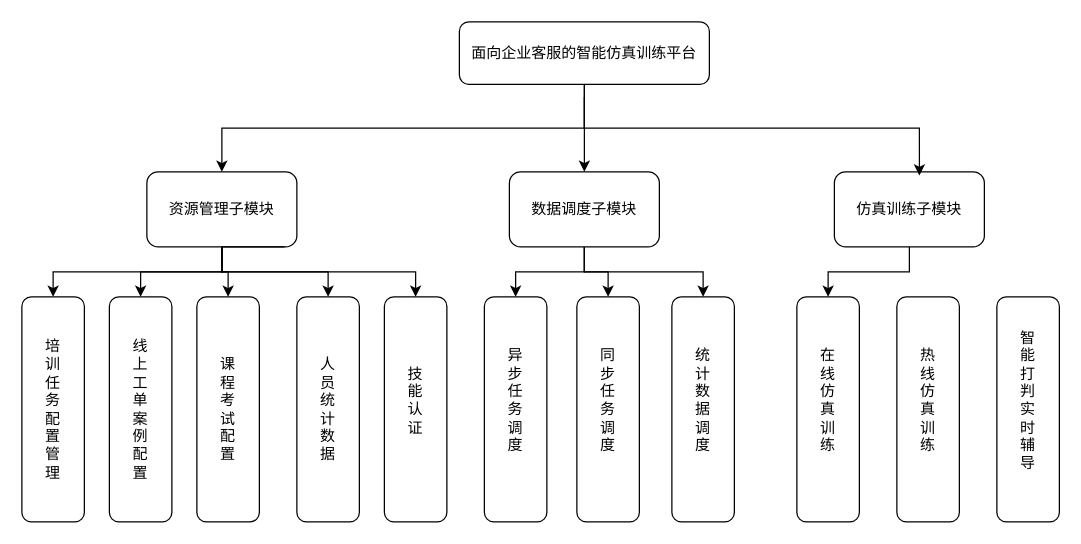
Above: 功能模块图.drawio in cgshao02/graduation_picture (draw.io), before the change. Source tidied: cells renumbered, new cells numbered last; positions are measured from the earlier drawing's top-left corner, leaving out a move shared by most shapes. Both pictures are drawn from the tidied source at 125%, with x=0, y=0 at pixel (21, 21).
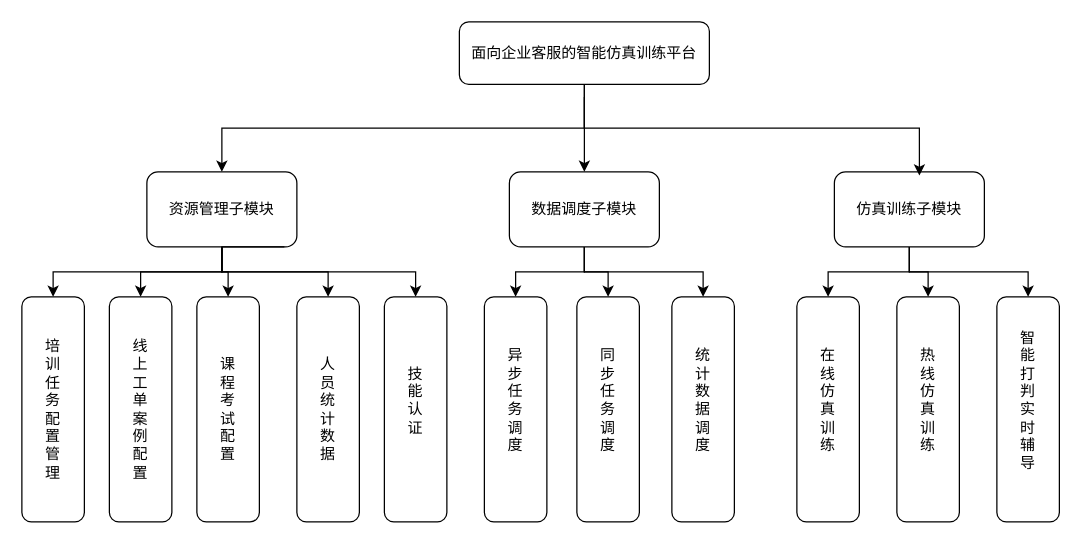
Above is the later version.

Commit message (it also covers changes not shown here):
更新功能模块图.drawio

The change refers to these unchanged cells:
```xml
<mxCell id="7" value="仿真训练子模块" style="rounded=1;whiteSpace=wrap;html=1;" parent="1" vertex="1">
  <mxGeometry x="650" y="120" width="120" height="60" as="geometry" />
</mxCell>
<mxCell id="20" value="热&lt;br&gt;线&lt;br&gt;仿&lt;br&gt;真&lt;br&gt;训&lt;br&gt;练&lt;br&gt;&lt;div&gt;&lt;br&gt;&lt;/div&gt;" style="whiteSpace=wrap;html=1;rounded=1;" parent="1" vertex="1">
  <mxGeometry x="700" y="220" width="50" height="180" as="geometry" />
</mxCell>
<mxCell id="21" value="智&lt;br&gt;能&lt;br&gt;打&lt;br&gt;判&lt;br&gt;实&lt;br&gt;时&lt;br&gt;辅&lt;br&gt;导&lt;br&gt;&lt;div&gt;&lt;br&gt;&lt;/div&gt;" style="whiteSpace=wrap;html=1;rounded=1;" parent="1" vertex="1">
  <mxGeometry x="780" y="220" width="50" height="180" as="geometry" />
</mxCell>
```

Change to the diagram source:
```diff
@@
+    <mxCell id="29" style="endArrow=classic;html=1;rounded=0;exitX=0.5;exitY=1;exitDx=0;exitDy=0;entryX=0.5;entryY=0;entryDx=0;entryDy=0;edgeStyle=orthogonalEdgeStyle;" parent="1" edge="1" source="7" target="20">
+      <mxGeometry relative="1" as="geometry" />
+    </mxCell>
+    <mxCell id="30" style="endArrow=classic;html=1;rounded=0;entryX=0.5;entryY=0;entryDx=0;entryDy=0;edgeStyle=orthogonalEdgeStyle;" parent="1" edge="1" target="21">
+      <mxGeometry relative="1" as="geometry">
+        <mxPoint x="710" y="180" as="sourcePoint" />
+        <Array as="points">
+          <mxPoint x="710" y="200" />
+          <mxPoint x="805" y="200" />
+        </Array>
+      </mxGeometry>
+    </mxCell>
```
